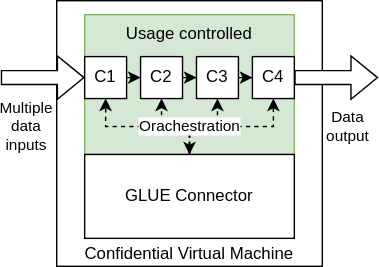
The draw.io diagram docs/images/figures-concept-overview.drawio.svg in Fraunhofer-AISEC/GLUE-Connector, before a commit. Source tidied: cells renumbered, new cells last; positions are measured from the earlier drawing's top-left corner, leaving out a move shared by most shapes.
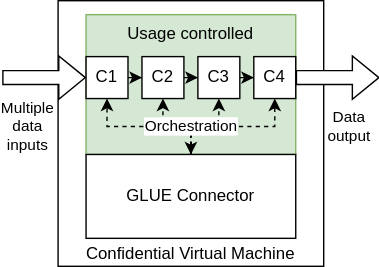
Later version of the same file.

The edit, as a diff of the source:
```diff
@@ -51,7 +51,7 @@
         <mxPoint x="270" y="55" as="targetPoint" />
       </mxGeometry>
     </mxCell>
-    <mxCell id="17" value="Orachestration" style="edgeStyle=orthogonalEdgeStyle;rounded=0;jettySize=auto;html=1;exitX=0.5;exitY=0;exitDx=0;exitDy=0;dashed=1;" parent="1" edge="1" source="7" target="9">
+    <mxCell id="17" value="Or&lt;span style=&quot;background-color: light-dark(#ffffff, var(--ge-dark-color, #121212)); color: light-dark(rgb(0, 0, 0), rgb(255, 255, 255));&quot;&gt;chestration&lt;/span&gt;" style="edgeStyle=orthogonalEdgeStyle;rounded=0;jettySize=auto;html=1;exitX=0.5;exitY=0;exitDx=0;exitDy=0;dashed=1;" parent="1" edge="1" source="7" target="9">
       <mxGeometry x="-0.6" relative="1" as="geometry" />
     </mxCell>
   </root>
```
